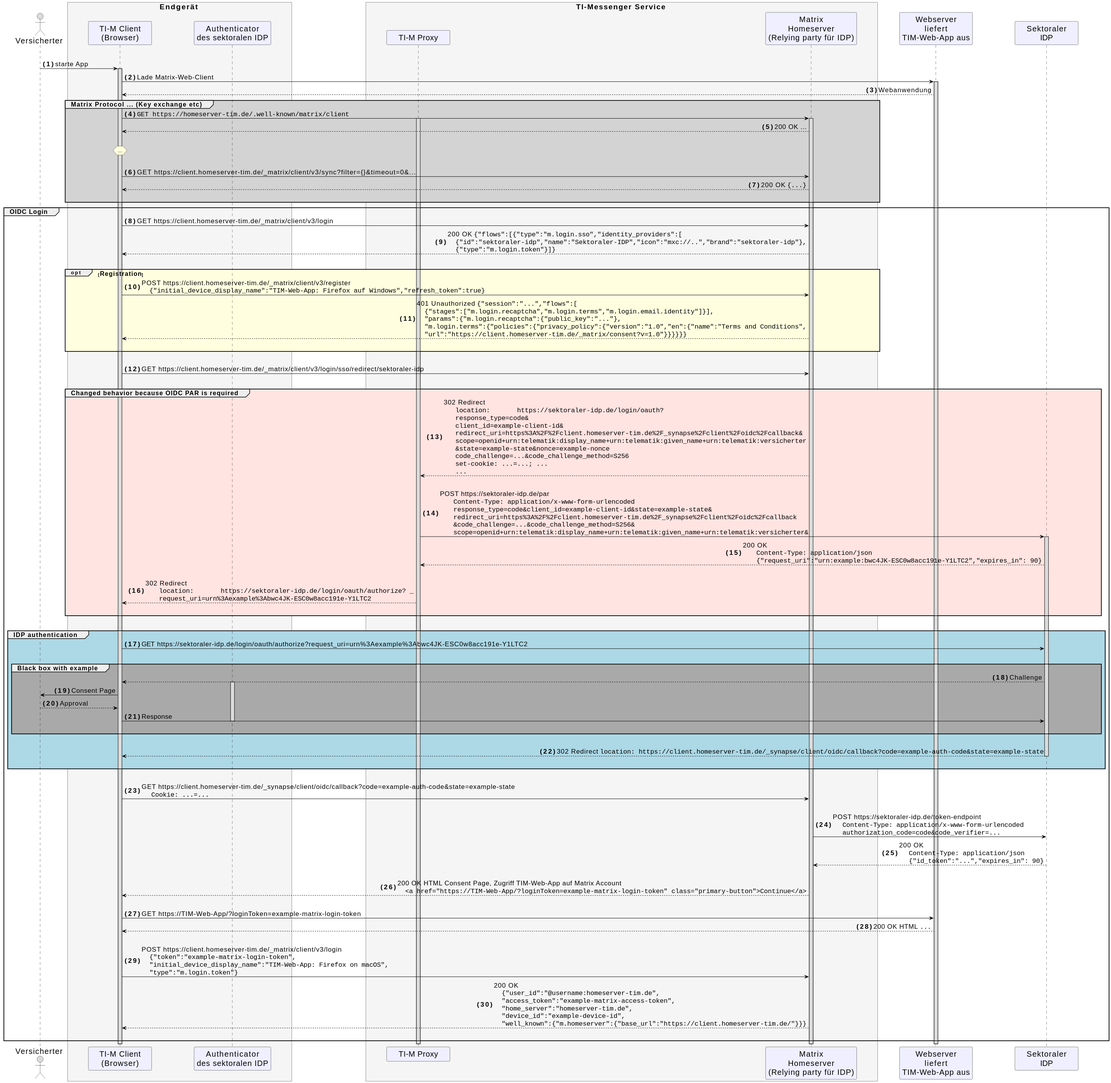
Before: images/diagrams/TI-Messenger-Dienst/Ressourcen/TI-Messenger_OIDC_Login.svg, a diagram exported from PlantUML (gematik/api-ti-messenger).
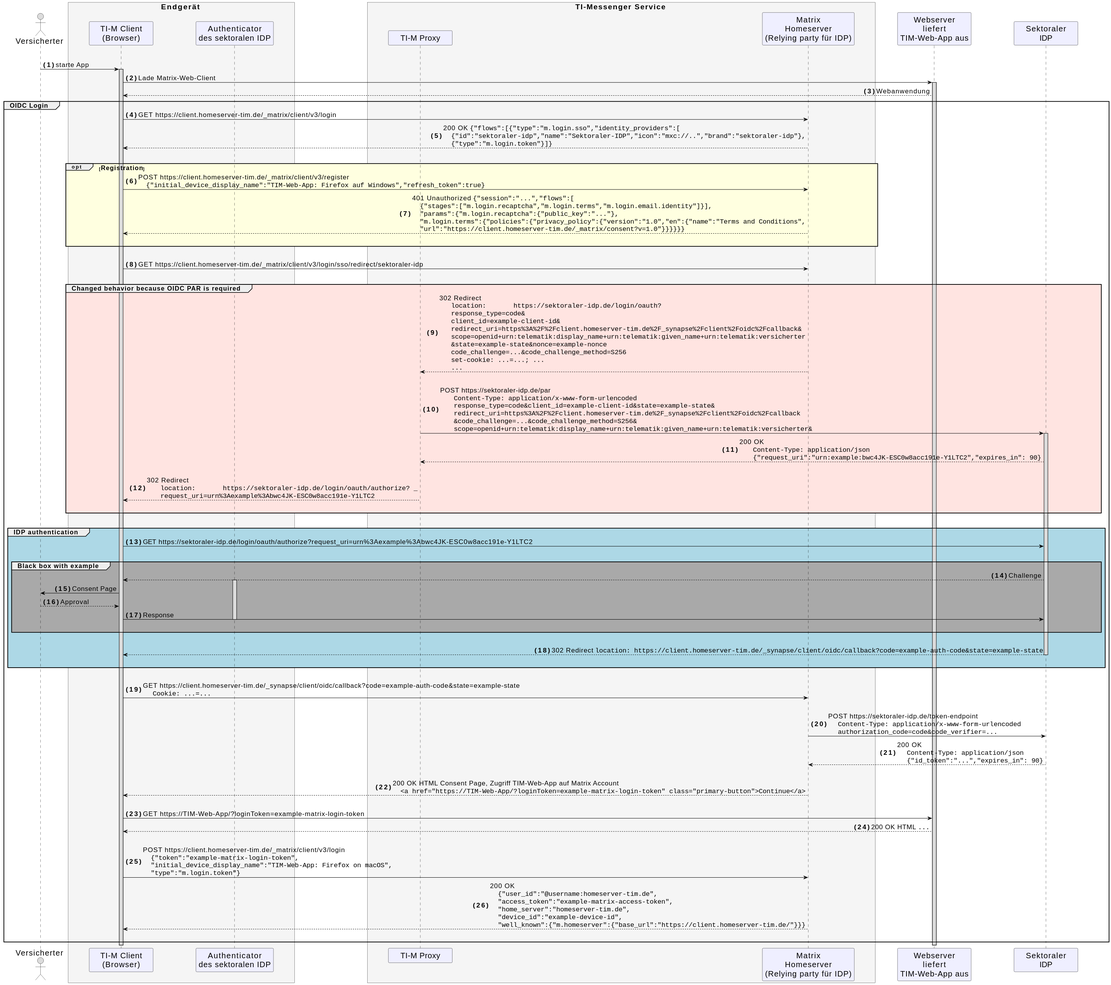
The same diagram one commit later.

Commit message:
Commit from GitHub Actions (GeneratePlantumlImages)

Diff of the diagram source:
```diff
@@ -48,18 +48,6 @@
   app -> mc: Lade Matrix-Web-Client
   activate mc
   mc --> app: Webanwendung
-  group #LightGray <size:16>Matrix Protocol ... (Key exchange etc)</size>
-    app -> hs:""GET https://homeserver-tim.de/.well-known/matrix/client""
-    activate hs
-    activate pr
-    hs --> app: 200 OK ...
-    |||
-    hnote over app : ...
-    |||
-    app -> hs: GET https://client.homeserver-tim.de/_matrix/client/v3/sync?filter={}&timeout=0&...
-    hs --> app: 200 OK ""{...}""
-    |||
-  end 'group
   group <size:16>OIDC Login</size>
     app -> hs: GET https://client.homeserver-tim.de/_matrix/client/v3/login
     hs --> app: 200 OK ""{"flows":[{"type":"m.login.sso","identity_providers":[""\n    ""{"id":"sektoraler-idp","name":"Sektoraler-IDP","icon":"mxc://..","brand":"sektoraler-idp"},""\n    ""{"type":"m.login.token"}]}""
```
